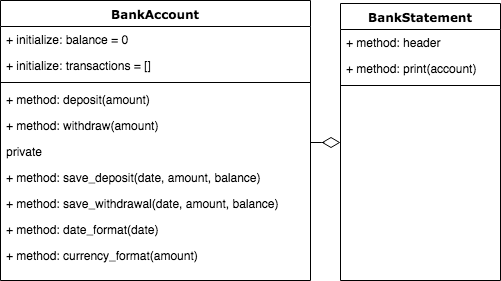
brookewoolley/bank-tech-test keeps this draw.io diagram as classDiagram.png. Above is the earlier version. Source tidied: cells renumbered, new cells last; positions are measured from the earlier drawing's top-left corner, leaving out a move shared by most shapes.
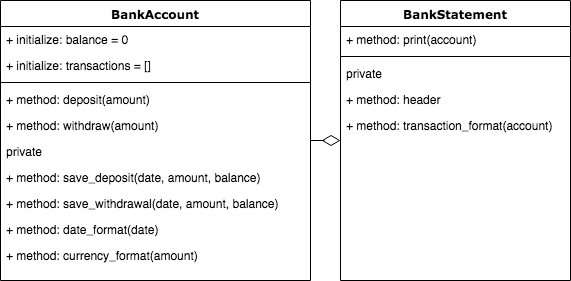
After the commit.

What changed in the source:
```diff
@@ -36,17 +36,23 @@
       <mxGeometry y="242" width="310" height="26" as="geometry" />
     </mxCell>
     <mxCell id="13" value="BankStatement" style="swimlane;html=1;fontStyle=1;align=center;verticalAlign=top;horizontal=1;startSize=26;swimlaneFillColor=#ffffff;rounded=0;shadow=0;comic=0;labelBackgroundColor=none;strokeColor=#000000;strokeWidth=1;fillColor=none;fontFamily=Verdana;fontSize=12;fontColor=#000000;" parent="1" vertex="1">
-      <mxGeometry x="340" y="3" width="160" height="277" as="geometry" />
+      <mxGeometry x="340" width="230" height="280" as="geometry" />
     </mxCell>
-    <mxCell id="14" value="+ method: header" style="text;html=1;strokeColor=none;fillColor=none;align=left;verticalAlign=top;spacingLeft=4;spacingRight=4;whiteSpace=wrap;overflow=hidden;" parent="13" vertex="1">
-      <mxGeometry y="26" width="160" height="26" as="geometry" />
-    </mxCell>
     <mxCell id="15" value="+ method: print(account)" style="text;html=1;strokeColor=none;fillColor=none;align=left;verticalAlign=top;spacingLeft=4;spacingRight=4;whiteSpace=wrap;overflow=hidden;" parent="13" vertex="1">
-      <mxGeometry y="52" width="160" height="26" as="geometry" />
+      <mxGeometry y="26" width="230" height="26" as="geometry" />
     </mxCell>
     <mxCell id="16" style="line;html=1;strokeWidth=1;fillColor=none;align=left;verticalAlign=middle;spacingTop=-1;spacingLeft=3;spacingRight=3;labelPosition=right;" parent="13" vertex="1">
-      <mxGeometry y="78" width="160" height="8" as="geometry" />
+      <mxGeometry y="52" width="230" height="8" as="geometry" />
     </mxCell>
+    <mxCell id="14" value="private" style="text;html=1;strokeColor=none;fillColor=none;align=left;verticalAlign=top;spacingLeft=4;spacingRight=4;whiteSpace=wrap;overflow=hidden;" parent="13" vertex="1">
+      <mxGeometry y="60" width="230" height="26" as="geometry" />
+    </mxCell>
+    <mxCell id="18" value="+ method: header" style="text;html=1;strokeColor=none;fillColor=none;align=left;verticalAlign=top;spacingLeft=4;spacingRight=4;whiteSpace=wrap;overflow=hidden;" parent="13" vertex="1">
+      <mxGeometry y="86" width="230" height="26" as="geometry" />
+    </mxCell>
+    <mxCell id="19" value="+ method: transaction_format(account)" style="text;html=1;strokeColor=none;fillColor=none;align=left;verticalAlign=top;spacingLeft=4;spacingRight=4;whiteSpace=wrap;overflow=hidden;" parent="13" vertex="1">
+      <mxGeometry y="112" width="230" height="26" as="geometry" />
+    </mxCell>
     <mxCell id="17" style="edgeStyle=elbowEdgeStyle;html=1;labelBackgroundColor=none;startFill=0;startSize=8;endArrow=diamondThin;endFill=0;endSize=16;fontFamily=Verdana;fontSize=12;elbow=vertical;" parent="1" edge="1" source="2" target="13">
       <mxGeometry relative="1" as="geometry" />
     </mxCell>
```
